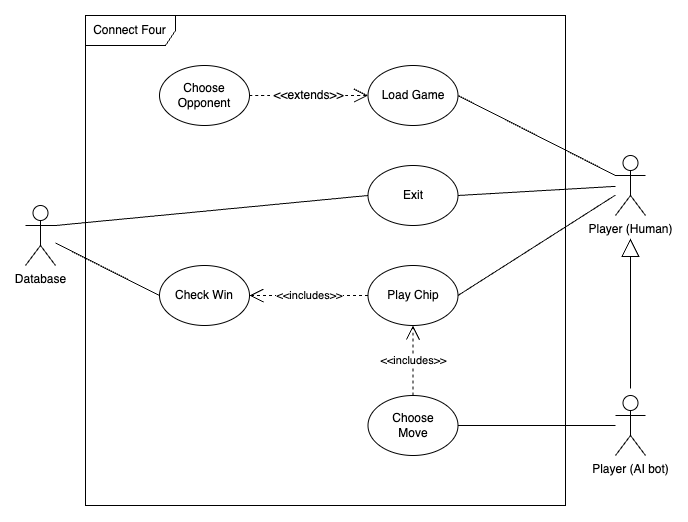
Before: connect_four_use_case_diagram.png, a diagram exported from draw.io (farshadislam/Socketed-Multigame-GUI). Source tidied: cells renumbered, new cells last; positions are measured from the earlier drawing's top-left corner, leaving out a move shared by most shapes.
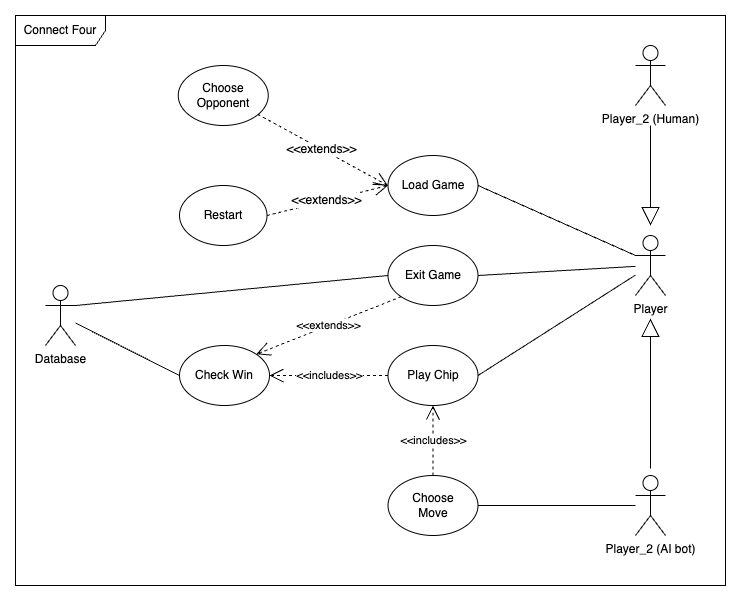
Later version of the same file.

Commit message:
Included final edits for connect_four_use_case_diagram.png on separate diagram.

The edit, as a diff of the source:
```diff
@@ -3,13 +3,13 @@
     <mxCell id="0" />
     <mxCell id="1" parent="0" />
     <mxCell id="2" value="Connect Four" style="shape=umlFrame;whiteSpace=wrap;html=1;width=90;height=30;" parent="1" vertex="1">
-      <mxGeometry x="60" width="480" height="490" as="geometry" />
+      <mxGeometry x="-30" y="-80" width="710" height="570" as="geometry" />
     </mxCell>
-    <mxCell id="3" value="Player (Human)" style="shape=umlActor;verticalLabelPosition=bottom;verticalAlign=top;html=1;outlineConnect=0;" parent="1" vertex="1">
+    <mxCell id="3" value="Player" style="shape=umlActor;verticalLabelPosition=bottom;verticalAlign=top;html=1;outlineConnect=0;" parent="1" vertex="1">
       <mxGeometry x="590" y="140" width="30" height="60" as="geometry" />
     </mxCell>
     <mxCell id="4" value="Load Game" style="ellipse;whiteSpace=wrap;html=1;" parent="1" vertex="1">
-      <mxGeometry x="342.5" y="50" width="90" height="60" as="geometry" />
+      <mxGeometry x="342.5" y="60" width="90" height="60" as="geometry" />
     </mxCell>
     <mxCell id="5" value="Play Chip" style="ellipse;whiteSpace=wrap;html=1;" parent="1" vertex="1">
       <mxGeometry x="342.5" y="250" width="90" height="60" as="geometry" />
@@ -33,21 +33,21 @@
       <mxGeometry relative="1" as="geometry" />
     </mxCell>
     <mxCell id="12" value="Choose&lt;div&gt;Opponent&lt;/div&gt;" style="ellipse;whiteSpace=wrap;html=1;" parent="1" vertex="1">
-      <mxGeometry x="134" y="50" width="90" height="60" as="geometry" />
+      <mxGeometry x="132.8" y="-30" width="90" height="60" as="geometry" />
     </mxCell>
     <mxCell id="13" value="&amp;lt;&amp;lt;extends&amp;gt;&amp;gt;" style="endArrow=open;endSize=12;dashed=1;html=1;rounded=0;fontSize=12;curved=1;entryX=0;entryY=0.5;entryDx=0;entryDy=0;" parent="1" edge="1" source="12" target="4">
-      <mxGeometry x="-0.01" relative="1" as="geometry" />
+      <mxGeometry x="-0.02" relative="1" as="geometry" />
     </mxCell>
     <mxCell id="14" value="&amp;lt;&amp;lt;includes&amp;gt;&amp;gt;" style="endArrow=open;endSize=12;dashed=1;html=1;rounded=0;entryX=1;entryY=0.5;entryDx=0;entryDy=0;exitX=0;exitY=0.5;exitDx=0;exitDy=0;" parent="1" edge="1" source="5" target="6">
       <mxGeometry relative="1" as="geometry" />
     </mxCell>
-    <mxCell id="15" value="Exit" style="ellipse;whiteSpace=wrap;html=1;" parent="1" vertex="1">
+    <mxCell id="15" value="Exit Game" style="ellipse;whiteSpace=wrap;html=1;" parent="1" vertex="1">
       <mxGeometry x="342.5" y="150" width="90" height="60" as="geometry" />
     </mxCell>
     <mxCell id="16" style="endArrow=none;html=1;rounded=0;entryX=0;entryY=0.5;entryDx=0;entryDy=0;exitX=1;exitY=0.3333333333333333;exitDx=0;exitDy=0;exitPerimeter=0;" parent="1" edge="1" source="10" target="15">
       <mxGeometry relative="1" as="geometry" />
     </mxCell>
-    <mxCell id="17" value="Player (AI bot)" style="shape=umlActor;verticalLabelPosition=bottom;verticalAlign=top;html=1;outlineConnect=0;" parent="1" vertex="1">
+    <mxCell id="17" value="Player_2 (AI bot)" style="shape=umlActor;verticalLabelPosition=bottom;verticalAlign=top;html=1;outlineConnect=0;" parent="1" vertex="1">
       <mxGeometry x="590" y="380" width="30" height="60" as="geometry" />
     </mxCell>
     <mxCell id="18" value="Choose&lt;div&gt;Move&lt;/div&gt;" style="ellipse;whiteSpace=wrap;html=1;" parent="1" vertex="1">
@@ -57,7 +57,7 @@
       <mxGeometry relative="1" as="geometry" />
     </mxCell>
     <mxCell id="20" value="&amp;lt;&amp;lt;includes&amp;gt;&amp;gt;" style="endArrow=open;endSize=12;dashed=1;html=1;rounded=0;entryX=0.5;entryY=1;entryDx=0;entryDy=0;exitX=0.5;exitY=0;exitDx=0;exitDy=0;" parent="1" edge="1" source="18" target="5">
-      <mxGeometry relative="1" as="geometry" />
+      <mxGeometry x="-0.01" relative="1" as="geometry" />
     </mxCell>
     <mxCell id="21" style="endArrow=block;endSize=16;endFill=0;html=1;rounded=0;" parent="1" edge="1">
       <mxGeometry relative="1" as="geometry">
@@ -65,5 +65,23 @@
         <mxPoint x="605" y="223" as="targetPoint" />
       </mxGeometry>
     </mxCell>
+    <mxCell id="22" value="Player_2 (Human)" style="shape=umlActor;verticalLabelPosition=bottom;verticalAlign=top;html=1;" parent="1" vertex="1">
+      <mxGeometry x="590" y="-50" width="30" height="60" as="geometry" />
+    </mxCell>
+    <mxCell id="23" value="&amp;lt;&amp;lt;extends&amp;gt;&amp;gt;" style="endArrow=open;endSize=12;dashed=1;html=1;rounded=0;entryX=1;entryY=0;entryDx=0;entryDy=0;exitX=0;exitY=1;exitDx=0;exitDy=0;" parent="1" edge="1" source="15" target="6">
+      <mxGeometry relative="1" as="geometry" />
+    </mxCell>
+    <mxCell id="24" value="Restart" style="ellipse;whiteSpace=wrap;html=1;" parent="1" vertex="1">
+      <mxGeometry x="134" y="90" width="87.5" height="60" as="geometry" />
+    </mxCell>
+    <mxCell id="25" value="&amp;lt;&amp;lt;extends&amp;gt;&amp;gt;" style="endArrow=open;endSize=12;dashed=1;html=1;rounded=0;fontSize=12;curved=1;entryX=0;entryY=0.5;entryDx=0;entryDy=0;exitX=1;exitY=0.5;exitDx=0;exitDy=0;" parent="1" edge="1" source="24" target="4">
+      <mxGeometry x="-0.02" relative="1" as="geometry" />
+    </mxCell>
+    <mxCell id="26" style="endArrow=block;endSize=16;endFill=0;html=1;rounded=0;" parent="1" edge="1">
+      <mxGeometry relative="1" as="geometry">
+        <mxPoint x="605" y="30" as="sourcePoint" />
+        <mxPoint x="605" y="130" as="targetPoint" />
+      </mxGeometry>
+    </mxCell>
   </root>
 </mxGraphModel>
```
